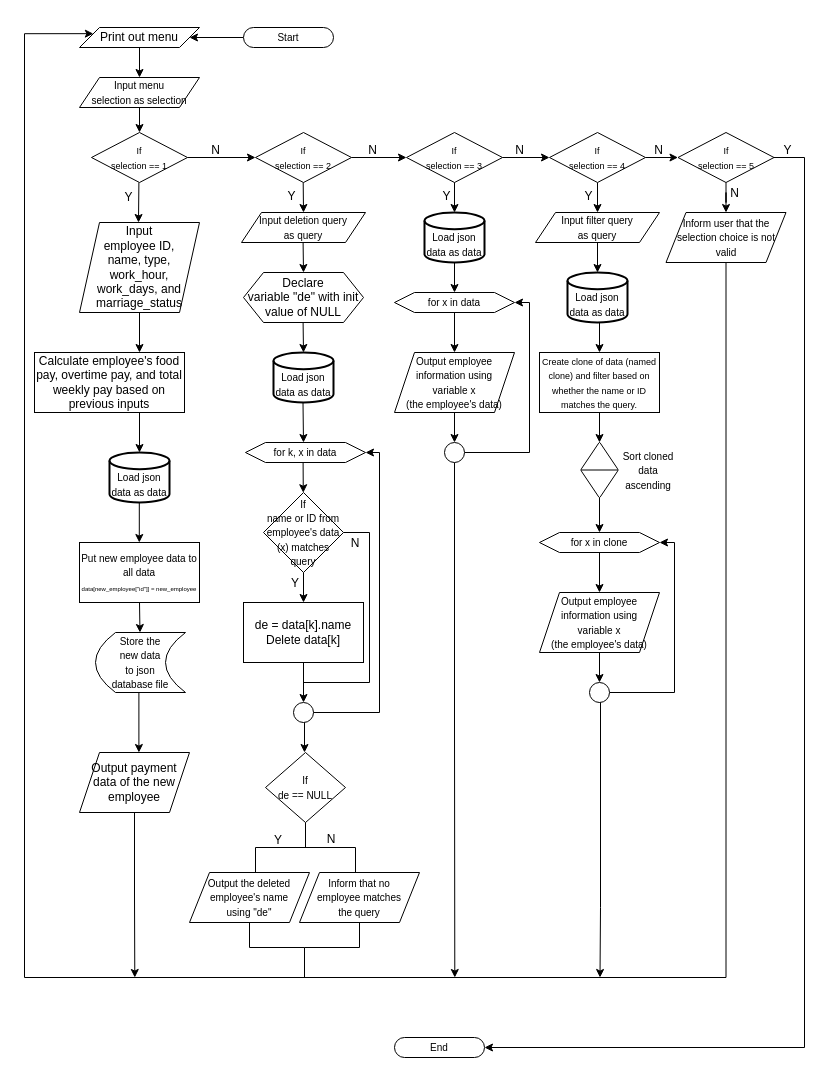
Earlier version of the draw.io diagram Ahmad Yaqdhan_TI 1A_Algoritma_Flowchart Akhir.drawio (Mednoob/Mednoob). Source tidied: cells renumbered, new cells numbered last; positions are measured from the earlier drawing's top-left corner, leaving out a move shared by most shapes. Both pictures are drawn from the tidied source at 100%, with x=0, y=0 at pixel (24, 27).
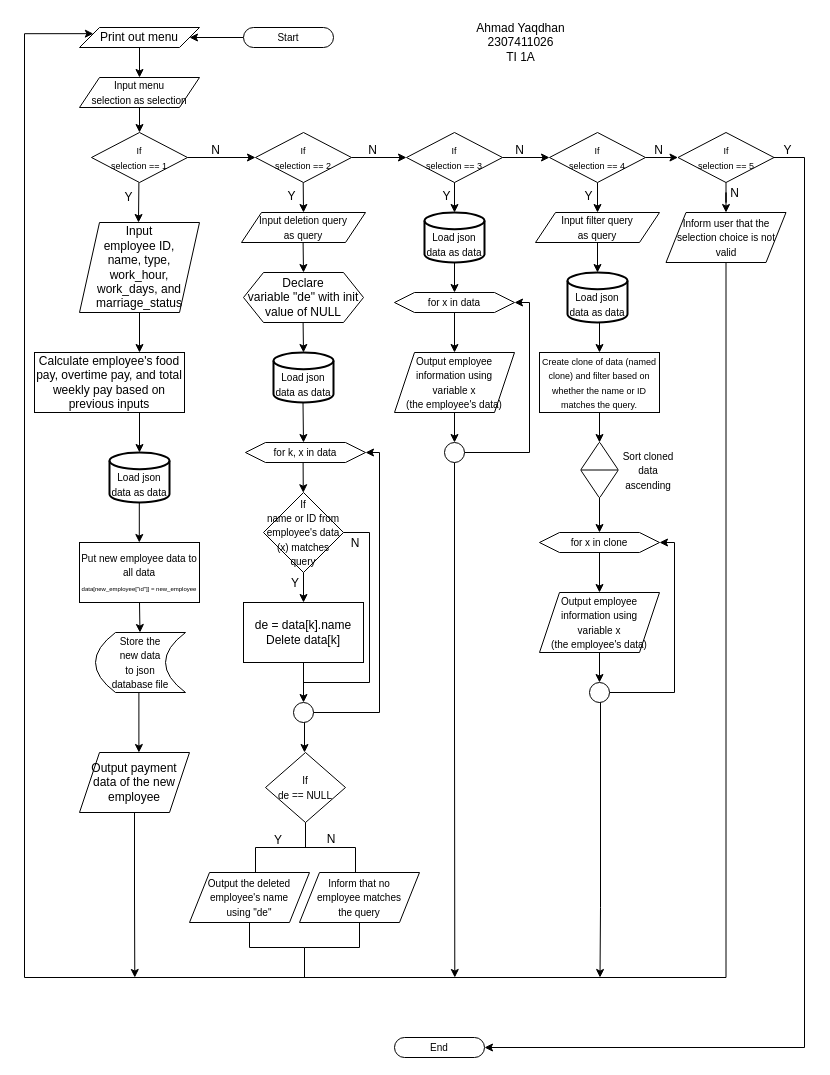
Above is the later version.

Commit message (it also covers changes not shown here):
feat: update algorithm final battle

Diff of the diagram source:
```diff
@@
+    <mxCell id="99" value="Ahmad Yaqdhan&lt;br&gt;2307411026&lt;br&gt;TI 1A" style="text;html=1;strokeColor=none;fillColor=none;align=center;verticalAlign=middle;whiteSpace=wrap;rounded=0;" parent="1" vertex="1">
+      <mxGeometry x="443" y="-10" width="107" height="50" as="geometry" />
+    </mxCell>
```
